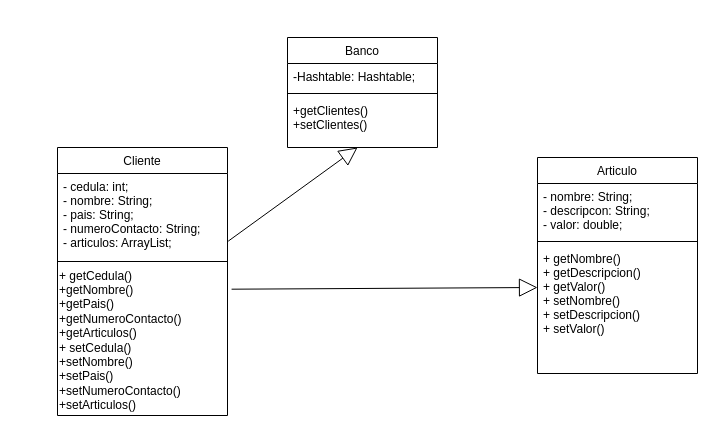
Before: Untitled Diagram.drawio in Kell2301/Reto6, a draw.io diagram. Source tidied: cells renumbered, new cells numbered last; positions are measured from the earlier drawing's top-left corner, leaving out a move shared by most shapes. Both pictures are drawn from the tidied source at 100%, with x=0, y=0 at pixel (57, 37).
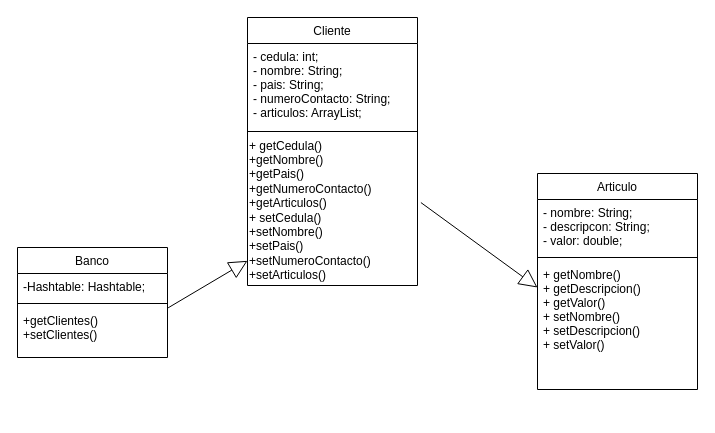
The same diagram, later.

Change to the diagram source:
```diff
@@
 <mxGraphModel>
   <root>
     <mxCell id="0" />
     <mxCell id="1" parent="0" />
     <mxCell id="2" value="Cliente" style="swimlane;fontStyle=0;align=center;verticalAlign=top;horizontal=1;startSize=26;rounded=0;shadow=0;strokeWidth=1;" parent="1" vertex="1">
-      <mxGeometry y="110" width="170" height="268" as="geometry" />
+      <mxGeometry x="190" y="-20" width="170" height="268" as="geometry" />
     </mxCell>
     <mxCell id="3" value="- cedula: int;&#10;- nombre: String;&#10;- pais: String;&#10;- numeroContacto: String;&#10;- articulos: ArrayList;" style="text;align=left;verticalAlign=top;spacingLeft=4;spacingRight=4;overflow=hidden;points=[[0,0.5],[1,0.5]];portConstraint=eastwest;" parent="2" vertex="1">
       <mxGeometry y="26" width="170" height="84" as="geometry" />
     </mxCell>
     <mxCell id="4" style="line;html=1;strokeWidth=1;align=left;verticalAlign=middle;spacingTop=-1;spacingLeft=3;spacingRight=3;labelPosition=right;" parent="2" vertex="1">
       <mxGeometry y="110" width="170" height="8" as="geometry" />
     </mxCell>
     <mxCell id="5" value="+ getCedula()&lt;br&gt;+getNombre()&lt;br&gt;+getPais()&lt;br&gt;+getNumeroContacto()&lt;br&gt;+getArticulos()&lt;br&gt;+ setCedula()&lt;br&gt;+setNombre()&lt;br&gt;+setPais()&lt;br&gt;+setNumeroContacto()&lt;br&gt;+setArticulos()" style="text;html=1;align=left;verticalAlign=middle;points=[];strokeColor=none;fillColor=none;" parent="2" vertex="1">
       <mxGeometry y="118" width="170" height="150" as="geometry" />
     </mxCell>
     <mxCell id="6" value="Articulo" style="swimlane;fontStyle=0;align=center;verticalAlign=top;horizontal=1;startSize=26;rounded=0;shadow=0;strokeWidth=1;" parent="1" vertex="1">
-      <mxGeometry x="480" y="120" width="160" height="216" as="geometry" />
+      <mxGeometry x="480" y="136" width="160" height="216" as="geometry" />
     </mxCell>
     <mxCell id="7" value="- nombre: String;&#10;- descripcon: String;&#10;- valor: double;" style="text;align=left;verticalAlign=top;spacingLeft=4;spacingRight=4;overflow=hidden;" parent="6" vertex="1">
       <mxGeometry y="26" width="160" height="54" as="geometry" />
     </mxCell>
     <mxCell id="8" style="line;html=1;strokeWidth=1;align=left;verticalAlign=middle;spacingTop=-1;spacingLeft=3;spacingRight=3;labelPosition=right;" parent="6" vertex="1">
       <mxGeometry y="80" width="160" height="8" as="geometry" />
     </mxCell>
     <mxCell id="9" value="+ getNombre()&#10;+ getDescripcion()&#10;+ getValor()&#10;+ setNombre()&#10;+ setDescripcion()&#10;+ setValor()" style="text;align=left;verticalAlign=top;spacingLeft=4;spacingRight=4;overflow=hidden;" parent="6" vertex="1">
       <mxGeometry y="88" width="160" height="102" as="geometry" />
     </mxCell>
     <mxCell id="10" value="Banco" style="swimlane;fontStyle=0;align=center;verticalAlign=top;horizontal=1;startSize=26;rounded=0;shadow=0;strokeWidth=1;" parent="1" vertex="1">
-      <mxGeometry x="230" width="150" height="110" as="geometry" />
+      <mxGeometry x="-40" y="210" width="150" height="110" as="geometry" />
     </mxCell>
     <mxCell id="11" value="-Hashtable: Hashtable;" style="text;align=left;verticalAlign=top;spacingLeft=4;spacingRight=4;overflow=hidden;" parent="10" vertex="1">
       <mxGeometry y="26" width="150" height="26" as="geometry" />
     </mxCell>
     <mxCell id="12" style="line;html=1;strokeWidth=1;align=left;verticalAlign=middle;spacingTop=-1;spacingLeft=3;spacingRight=3;labelPosition=right;" parent="10" vertex="1">
       <mxGeometry y="52" width="150" height="8" as="geometry" />
     </mxCell>
     <mxCell id="13" value="+getClientes()&#10;+setClientes()" style="text;align=left;verticalAlign=top;spacingLeft=4;spacingRight=4;overflow=hidden;points=[[0,0.5],[1,0.5]];portConstraint=eastwest;" parent="10" vertex="1">
       <mxGeometry y="60" width="150" height="50" as="geometry" />
     </mxCell>
-    <mxCell id="14" style="endArrow=block;endSize=16;endFill=0;html=1;rounded=0;entryX=0.467;entryY=1;entryDx=0;entryDy=0;entryPerimeter=0;exitX=1.004;exitY=0.806;exitDx=0;exitDy=0;exitPerimeter=0;" parent="1" edge="1" source="3" target="13">
+    <mxCell id="14" style="endArrow=block;endSize=16;endFill=0;html=1;rounded=0;exitX=1.004;exitY=0.007;exitDx=0;exitDy=0;exitPerimeter=0;" parent="1" edge="1" source="13" target="5">
       <mxGeometry x="0.19" y="-89" relative="1" as="geometry" />
     </mxCell>
-    <mxCell id="15" style="endArrow=block;endSize=16;endFill=0;html=1;rounded=0;exitX=1.024;exitY=0.158;exitDx=0;exitDy=0;exitPerimeter=0;" parent="1" edge="1" source="5">
+    <mxCell id="15" style="endArrow=block;endSize=16;endFill=0;html=1;rounded=0;exitX=1.02;exitY=0.447;exitDx=0;exitDy=0;exitPerimeter=0;" parent="1" edge="1" source="5">
       <mxGeometry x="-0.28" y="101" relative="1" as="geometry">
         <mxPoint x="480" y="250" as="targetPoint" />
       </mxGeometry>
     </mxCell>
   </root>
 </mxGraphModel>
```
